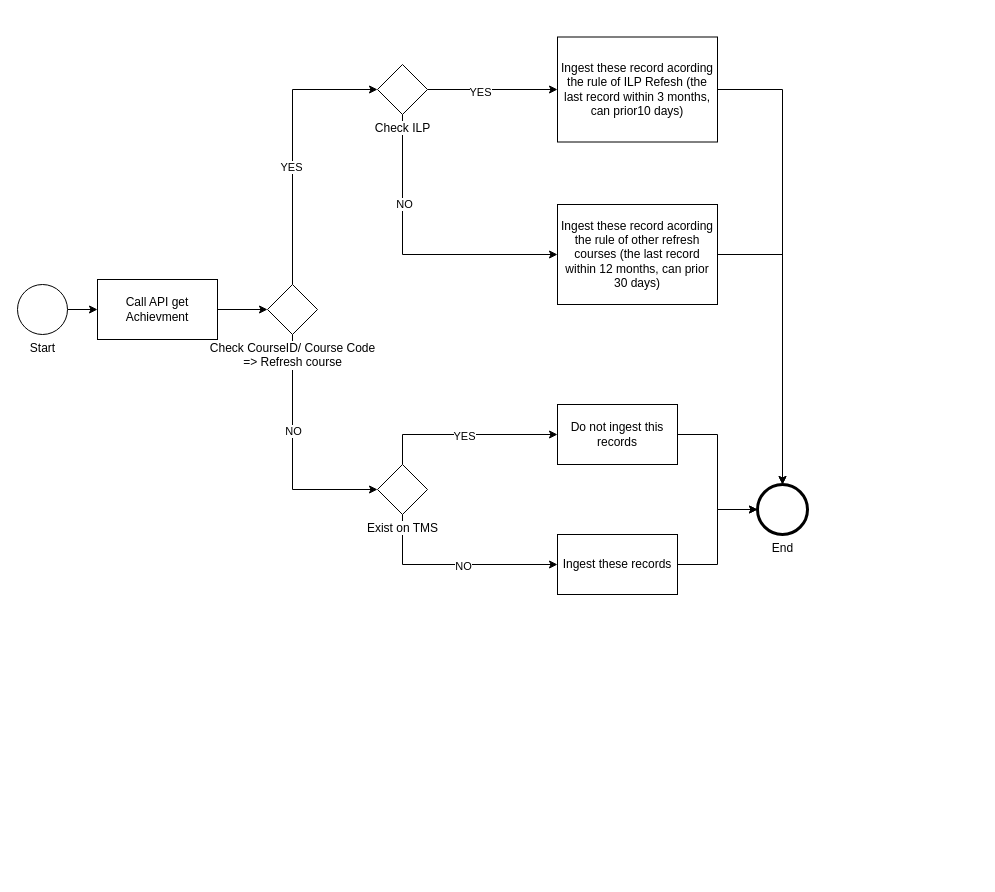
The draw.io diagram page "Auto Reset" (1 of 3) of Untitled Diagram.drawio in thanhluandhsp/litmos, before the edit. Source tidied: cells renumbered, new cells numbered last; positions are measured from the earlier drawing's top-left corner, leaving out a move shared by most shapes. Both pictures are drawn from the tidied source at 100%, with x=0, y=0 at pixel (17, 36).
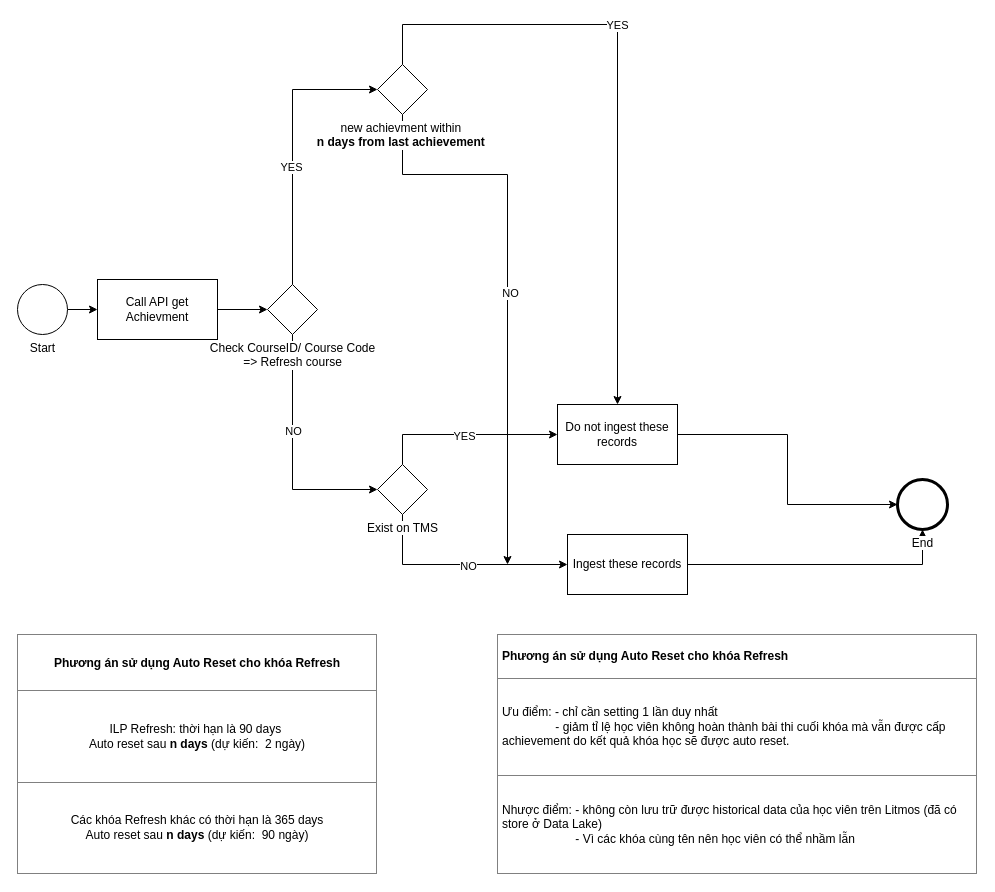
The same diagram, later.

Unchanged cells that the change refers to:
```xml
<mxCell id="10" value="Check CourseID/ Course Code &lt;br&gt;=&amp;gt; Refresh course" style="points=[[0.25,0.25,0],[0.5,0,0],[0.75,0.25,0],[1,0.5,0],[0.75,0.75,0],[0.5,1,0],[0.25,0.75,0],[0,0.5,0]];shape=mxgraph.bpmn.gateway2;html=1;verticalLabelPosition=bottom;labelBackgroundColor=#ffffff;verticalAlign=top;align=center;perimeter=rhombusPerimeter;outlineConnect=0;outline=none;symbol=none;" parent="1" vertex="1">
  <mxGeometry x="250" y="248" width="50" height="50" as="geometry" />
</mxCell>
```

What changed in the source:
```diff
@@
-    <mxCell id="8" style="edgeStyle=orthogonalEdgeStyle;rounded=0;jettySize=auto;html=1;entryX=0;entryY=0.5;entryDx=0;entryDy=0;entryPerimeter=0;" parent="1" edge="1" source="10" target="20">
+    <mxCell id="8" style="edgeStyle=orthogonalEdgeStyle;rounded=0;jettySize=auto;html=1;entryX=0;entryY=0.5;entryDx=0;entryDy=0;entryPerimeter=0;" parent="1" edge="1" source="10">
       <mxGeometry relative="1" as="geometry">
+        <mxPoint x="360" y="53" as="targetPoint" />
         <Array as="points">
           <mxPoint x="275" y="53" />
         </Array>
       </mxGeometry>
     </mxCell>
@@
-    <mxCell id="16" style="edgeStyle=orthogonalEdgeStyle;rounded=0;jettySize=auto;html=1;entryX=0;entryY=0.5;entryDx=0;entryDy=0;" parent="1" edge="1" source="20" target="22">
-      <mxGeometry relative="1" as="geometry" />
-    </mxCell>
-    <mxCell id="17" value="YES" style="edgeLabel;html=1;align=center;verticalAlign=middle;" parent="16" vertex="1">
-      <mxGeometry x="-0.2" y="-2" relative="1" as="geometry" />
-    </mxCell>
-    <mxCell id="18" style="edgeStyle=orthogonalEdgeStyle;rounded=0;jettySize=auto;html=1;exitX=0.5;exitY=1;exitDx=0;exitDy=0;exitPerimeter=0;entryX=0;entryY=0.5;entryDx=0;entryDy=0;" parent="1" edge="1" source="20" target="24">
-      <mxGeometry relative="1" as="geometry" />
-    </mxCell>
-    <mxCell id="19" value="NO" style="edgeLabel;html=1;align=center;verticalAlign=middle;" parent="18" vertex="1">
-      <mxGeometry x="-0.4" y="1" relative="1" as="geometry" />
-    </mxCell>
-    <mxCell id="20" value="Check ILP" style="points=[[0.25,0.25,0],[0.5,0,0],[0.75,0.25,0],[1,0.5,0],[0.75,0.75,0],[0.5,1,0],[0.25,0.75,0],[0,0.5,0]];shape=mxgraph.bpmn.gateway2;html=1;verticalLabelPosition=bottom;labelBackgroundColor=#ffffff;verticalAlign=top;align=center;perimeter=rhombusPerimeter;outlineConnect=0;outline=none;symbol=none;" parent="1" vertex="1">
-      <mxGeometry x="360" y="28" width="50" height="50" as="geometry" />
-    </mxCell>
-    <mxCell id="21" style="edgeStyle=orthogonalEdgeStyle;rounded=0;jettySize=auto;html=1;entryX=0.5;entryY=0;entryDx=0;entryDy=0;entryPerimeter=0;" parent="1" edge="1" source="22" target="29">
-      <mxGeometry relative="1" as="geometry" />
-    </mxCell>
-    <mxCell id="22" value="Ingest these record acording the rule of ILP Refesh (the last record within 3 months, can prior10 days)" style="rounded=0;whiteSpace=wrap;html=1;" parent="1" vertex="1">
-      <mxGeometry x="540" y="0.5" width="160" height="105" as="geometry" />
-    </mxCell>
-    <mxCell id="23" style="edgeStyle=orthogonalEdgeStyle;rounded=0;jettySize=auto;html=1;entryX=0.5;entryY=0;entryDx=0;entryDy=0;entryPerimeter=0;" parent="1" edge="1" source="24" target="29">
-      <mxGeometry relative="1" as="geometry" />
-    </mxCell>
-    <mxCell id="24" value="Ingest these record acording the rule of other refresh courses (the last record within 12 months, can prior 30 days)" style="rounded=0;whiteSpace=wrap;html=1;" parent="1" vertex="1">
-      <mxGeometry x="540" y="168" width="160" height="100" as="geometry" />
-    </mxCell>
@@
-    <mxCell id="26" value="Do not ingest this records" style="rounded=0;whiteSpace=wrap;html=1;" parent="1" vertex="1">
+    <mxCell id="26" value="Do not ingest these records" style="rounded=0;whiteSpace=wrap;html=1;" parent="1" vertex="1">
       <mxGeometry x="540" y="368" width="120" height="60" as="geometry" />
     </mxCell>
@@
     <mxCell id="28" value="Ingest these records" style="rounded=0;whiteSpace=wrap;html=1;" parent="1" vertex="1">
-      <mxGeometry x="540" y="498" width="120" height="60" as="geometry" />
+      <mxGeometry x="550" y="498" width="120" height="60" as="geometry" />
     </mxCell>
     <mxCell id="29" value="End" style="points=[[0.145,0.145,0],[0.5,0,0],[0.855,0.145,0],[1,0.5,0],[0.855,0.855,0],[0.5,1,0],[0.145,0.855,0],[0,0.5,0]];shape=mxgraph.bpmn.event;html=1;verticalLabelPosition=bottom;labelBackgroundColor=#ffffff;verticalAlign=top;align=center;perimeter=ellipsePerimeter;outlineConnect=0;outline=end;symbol=terminate2;" parent="1" vertex="1">
-      <mxGeometry x="740" y="448" width="50" height="50" as="geometry" />
+      <mxGeometry x="880" y="443" width="50" height="50" as="geometry" />
     </mxCell>
+    <mxCell id="30" value="&lt;table border=&quot;1&quot; width=&quot;100%&quot; height=&quot;100%&quot; cellpadding=&quot;4&quot; style=&quot;width:100%;height:100%;border-collapse:collapse;&quot;&gt;&lt;tbody&gt;&lt;tr&gt;&lt;th align=&quot;center&quot;&gt;Phương án sử dụng Auto Reset cho khóa Refresh&lt;/th&gt;&lt;/tr&gt;&lt;tr&gt;&lt;td align=&quot;center&quot;&gt;ILP Refresh: thời hạn là 90 days&amp;nbsp;&lt;br&gt;Auto reset sau &lt;b&gt;n days&lt;/b&gt; (dự kiến:&amp;nbsp; 2 ngày)&lt;/td&gt;&lt;/tr&gt;&lt;tr&gt;&lt;td align=&quot;center&quot;&gt;Các khóa Refresh khác có thời hạn là 365 days&lt;br&gt;Auto reset sau &lt;b&gt;n days&lt;/b&gt; (dự kiến:&amp;nbsp; 90 ngày)&lt;/td&gt;&lt;/tr&gt;&lt;/tbody&gt;&lt;/table&gt;" style="text;html=1;whiteSpace=wrap;strokeColor=none;fillColor=none;overflow=fill;" parent="1" vertex="1">
+      <mxGeometry y="598" width="360" height="240" as="geometry" />
+    </mxCell>
+    <mxCell id="31" style="edgeStyle=orthogonalEdgeStyle;rounded=0;jettySize=auto;html=1;entryX=0.5;entryY=0;entryDx=0;entryDy=0;" parent="1" edge="1" source="33" target="26">
+      <mxGeometry relative="1" as="geometry">
+        <Array as="points">
+          <mxPoint x="385" y="-12" />
+          <mxPoint x="600" y="-12" />
+        </Array>
+      </mxGeometry>
+    </mxCell>
+    <mxCell id="17" value="YES" style="edgeLabel;html=1;align=center;verticalAlign=middle;" parent="31" vertex="1">
+      <mxGeometry x="-0.2" relative="1" as="geometry" />
+    </mxCell>
+    <mxCell id="32" style="edgeStyle=orthogonalEdgeStyle;rounded=0;jettySize=auto;html=1;" parent="1" edge="1" source="33">
+      <mxGeometry relative="1" as="geometry">
+        <mxPoint x="490" y="528" as="targetPoint" />
+        <Array as="points">
+          <mxPoint x="385" y="138" />
+        </Array>
+      </mxGeometry>
+    </mxCell>
+    <mxCell id="19" value="NO" style="edgeLabel;html=1;align=center;verticalAlign=middle;" parent="32" vertex="1">
+      <mxGeometry x="0.02" y="2" relative="1" as="geometry" />
+    </mxCell>
+    <mxCell id="33" value="new achievment within&amp;nbsp;&lt;br&gt;&lt;b&gt;n days from last achievement&amp;nbsp;&lt;/b&gt;" style="points=[[0.25,0.25,0],[0.5,0,0],[0.75,0.25,0],[1,0.5,0],[0.75,0.75,0],[0.5,1,0],[0.25,0.75,0],[0,0.5,0]];shape=mxgraph.bpmn.gateway2;html=1;verticalLabelPosition=bottom;labelBackgroundColor=#ffffff;verticalAlign=top;align=center;perimeter=rhombusPerimeter;outlineConnect=0;outline=none;symbol=none;" parent="1" vertex="1">
+      <mxGeometry x="360" y="28" width="50" height="50" as="geometry" />
+    </mxCell>
+    <mxCell id="34" value="&lt;table border=&quot;1&quot; width=&quot;100%&quot; height=&quot;100%&quot; cellpadding=&quot;4&quot; style=&quot;width:100%;height:100%;border-collapse:collapse;&quot;&gt;&lt;tbody&gt;&lt;tr&gt;&lt;th&gt;Phương án sử dụng Auto Reset cho khóa Refresh&lt;/th&gt;&lt;/tr&gt;&lt;tr&gt;&lt;td&gt;Ưu điểm: - chỉ cần setting 1 lần duy nhất&lt;br&gt;&amp;nbsp; &amp;nbsp; &amp;nbsp; &amp;nbsp; &amp;nbsp; &amp;nbsp; &amp;nbsp; &amp;nbsp; - giảm tỉ lệ học viên không hoàn thành bài thi cuối khóa mà vẫn được cấp achievement do kết quả khóa học sẽ được auto reset.&lt;/td&gt;&lt;/tr&gt;&lt;tr&gt;&lt;td&gt;Nhược điểm: - không còn lưu trữ được historical data của học viên trên Litmos (đã có store ở Data Lake)&lt;br&gt;&amp;nbsp; &amp;nbsp; &amp;nbsp; &amp;nbsp; &amp;nbsp; &amp;nbsp; &amp;nbsp; &amp;nbsp; &amp;nbsp; &amp;nbsp; &amp;nbsp; - Vì các khóa cùng tên nên học viên có thể nhầm lẫn&amp;nbsp;&lt;/td&gt;&lt;/tr&gt;&lt;/tbody&gt;&lt;/table&gt;" style="text;html=1;whiteSpace=wrap;strokeColor=none;fillColor=none;overflow=fill;align=left;" parent="1" vertex="1">
+      <mxGeometry x="480" y="598" width="480" height="240" as="geometry" />
+    </mxCell>
```
